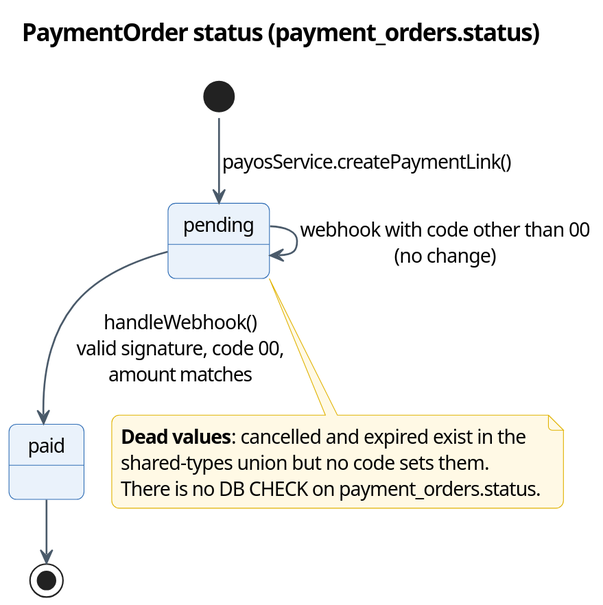
This is docs/diagrams/report4/R4_State_PaymentOrder.svg from Khoa-Hoa-Technology-Solution-Company/lumi-gap, a PlantUML export, as it was before one commit.
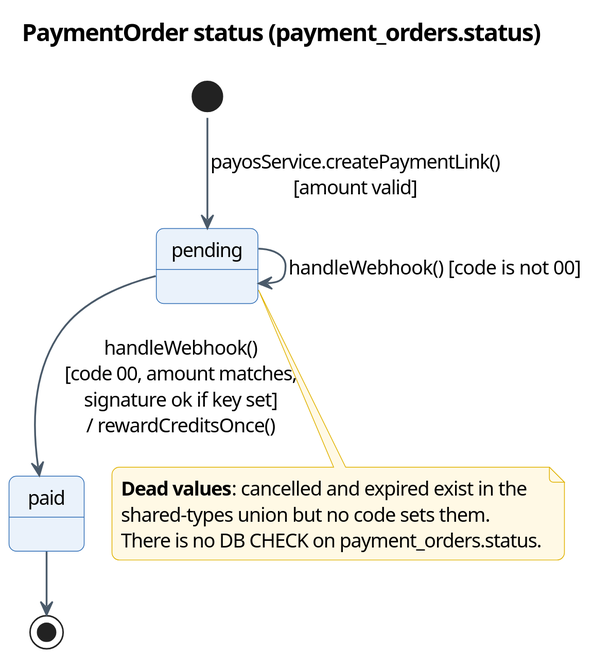
The same diagram one commit later.

The edit, as a diff of the source:
```diff
@@ -1,6 +1,6 @@
 @startuml
 !pragma layout smetana
-skinparam dpi 150
+skinparam dpi 200
 skinparam defaultFontName "Segoe UI"
 skinparam defaultFontSize 13
 skinparam shadowing false
@@ -60,9 +60,9 @@
   BorderColor #2F6DB5
 }
 title PaymentOrder status (payment_orders.status)
-[*] --> pending : payosService.createPaymentLink()
-pending --> paid : handleWebhook()\nvalid signature, code 00,\namount matches
-pending --> pending : webhook with code other than 00\n(no change)
+[*] --> pending : payosService.createPaymentLink()\n[amount valid]
+pending --> paid : handleWebhook()\n[code 00, amount matches,\nsignature ok if key set]\n/ rewardCreditsOnce()
+pending --> pending : handleWebhook() [code is not 00]
 paid --> [*]
 note bottom of pending
   <b>Dead values</b>: cancelled and expired exist in the
```
